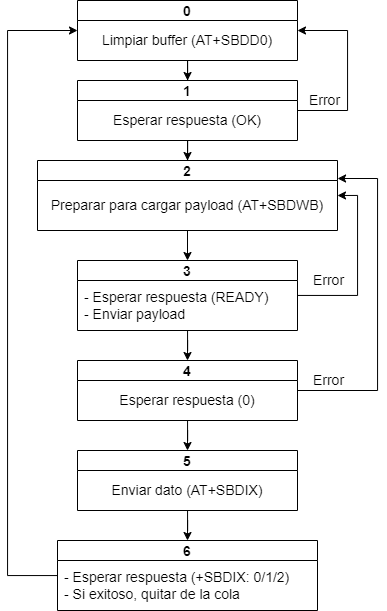
Before: docs/Diagramas/SendFSM.png, a diagram exported from draw.io (AgustinAllegui/Estacion-calidad-agua). Source tidied: cells renumbered, new cells last; positions are measured from the earlier drawing's top-left corner, leaving out a move shared by most shapes.
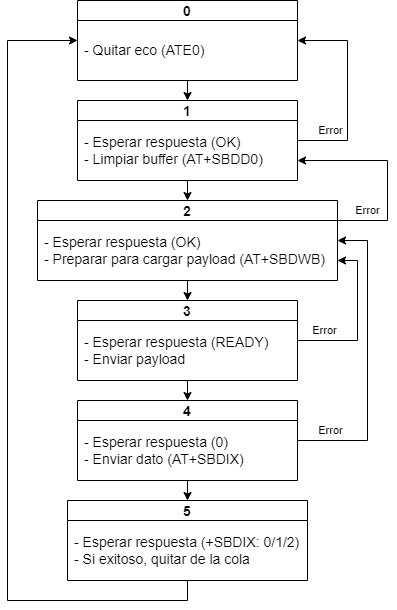
Above is the later version.

Diff of the diagram source:
```diff
@@ -2,98 +2,97 @@
   <root>
     <mxCell id="0" />
     <mxCell id="1" parent="0" />
+    <mxCell id="26" style="edgeStyle=orthogonalEdgeStyle;rounded=0;jettySize=auto;html=1;exitX=0.5;exitY=1;exitDx=0;exitDy=0;entryX=0.5;entryY=0;entryDx=0;entryDy=0;" parent="1" edge="1" source="2" target="6">
+      <mxGeometry relative="1" as="geometry" />
+    </mxCell>
     <mxCell id="2" value="0" style="swimlane;labelBackgroundColor=none;labelBorderColor=none;fontFamily=Helvetica;fontSize=14;fontColor=#000000;fillColor=default;startSize=20;" parent="1" vertex="1">
-      <mxGeometry x="70" width="220" height="60" as="geometry" />
+      <mxGeometry x="70" y="-80" width="220" height="80" as="geometry" />
     </mxCell>
+    <mxCell id="27" value="- Quitar eco (ATE0)" style="text;html=1;align=left;verticalAlign=middle;whiteSpace=wrap;rounded=0;labelBackgroundColor=none;labelBorderColor=none;fontFamily=Helvetica;fontSize=14;fontColor=default;spacingLeft=5;" parent="2" vertex="1">
+      <mxGeometry y="20" width="220" height="60" as="geometry" />
+    </mxCell>
+    <mxCell id="5" style="edgeStyle=orthogonalEdgeStyle;rounded=0;jettySize=auto;html=1;exitX=0.5;exitY=1;exitDx=0;exitDy=0;entryX=0.5;entryY=0;entryDx=0;entryDy=0;" parent="1" edge="1" source="6" target="9">
+      <mxGeometry relative="1" as="geometry" />
+    </mxCell>
+    <mxCell id="28" value="Error" style="edgeStyle=orthogonalEdgeStyle;rounded=0;jettySize=auto;html=1;entryX=1;entryY=0.5;entryDx=0;entryDy=0;exitX=1;exitY=0.5;exitDx=0;exitDy=0;" parent="1" edge="1" source="6" target="2">
+      <mxGeometry x="-0.67" y="10" relative="1" as="geometry">
+        <Array as="points">
+          <mxPoint x="340" y="60" />
+          <mxPoint x="340" y="-40" />
+        </Array>
+      </mxGeometry>
+    </mxCell>
+    <mxCell id="6" value="1" style="swimlane;labelBackgroundColor=none;labelBorderColor=none;fontFamily=Helvetica;fontSize=14;fontColor=#000000;fillColor=default;startSize=20;" parent="1" vertex="1">
+      <mxGeometry x="70" y="20" width="220" height="80" as="geometry" />
+    </mxCell>
-    <mxCell id="3" value="Limpiar buffer (&lt;span&gt;AT+SBDD0)&lt;/span&gt;" style="text;html=1;align=center;verticalAlign=middle;whiteSpace=wrap;rounded=0;labelBackgroundColor=none;labelBorderColor=none;fontFamily=Helvetica;fontSize=14;fontColor=default;" parent="2" vertex="1">
-      <mxGeometry y="20" width="220" height="40" as="geometry" />
+    <mxCell id="3" value="&lt;span style=&quot;&quot;&gt;- Esperar respuesta (OK)&lt;br&gt;&lt;/span&gt;- Limpiar buffer (&lt;span&gt;AT+SBDD0)&lt;/span&gt;" style="text;html=1;align=left;verticalAlign=middle;whiteSpace=wrap;rounded=0;labelBackgroundColor=none;labelBorderColor=none;fontFamily=Helvetica;fontSize=14;fontColor=default;spacingLeft=5;" parent="6" vertex="1">
+      <mxGeometry y="20" width="220" height="60" as="geometry" />
     </mxCell>
-    <mxCell id="4" value="Error" style="edgeStyle=orthogonalEdgeStyle;rounded=0;jettySize=auto;html=1;entryX=1;entryY=0.25;entryDx=0;entryDy=0;fontFamily=Helvetica;fontSize=14;fontColor=default;" parent="1" edge="1" source="6" target="3">
-      <mxGeometry x="-0.7" y="10" relative="1" as="geometry">
-        <Array as="points">
-          <mxPoint x="340" y="110" />
-          <mxPoint x="340" y="30" />
-        </Array>
-      </mxGeometry>
-    </mxCell>
-    <mxCell id="5" style="edgeStyle=orthogonalEdgeStyle;rounded=0;jettySize=auto;html=1;entryX=0.5;entryY=0;entryDx=0;entryDy=0;fontFamily=Helvetica;fontSize=14;fontColor=default;" parent="1" edge="1" source="6" target="9">
-      <mxGeometry relative="1" as="geometry" />
-    </mxCell>
-    <mxCell id="6" value="1" style="swimlane;labelBackgroundColor=none;labelBorderColor=none;fontFamily=Helvetica;fontSize=14;fontColor=#000000;fillColor=default;startSize=20;" parent="1" vertex="1">
-      <mxGeometry x="70" y="80" width="220" height="60" as="geometry" />
-    </mxCell>
-    <mxCell id="7" value="Esperar respuesta (OK)" style="text;html=1;align=center;verticalAlign=middle;whiteSpace=wrap;rounded=0;labelBackgroundColor=none;labelBorderColor=none;fontFamily=Helvetica;fontSize=14;fontColor=default;" parent="6" vertex="1">
-      <mxGeometry y="20" width="220" height="40" as="geometry" />
-    </mxCell>
-    <mxCell id="8" style="edgeStyle=orthogonalEdgeStyle;rounded=0;jettySize=auto;html=1;exitX=0.5;exitY=1;exitDx=0;exitDy=0;fontFamily=Helvetica;fontSize=14;fontColor=default;" parent="1" edge="1" source="3" target="6">
-      <mxGeometry relative="1" as="geometry" />
-    </mxCell>
+    <mxCell id="29" style="edgeStyle=orthogonalEdgeStyle;rounded=0;jettySize=auto;html=1;exitX=0.5;exitY=1;exitDx=0;exitDy=0;entryX=0.5;entryY=0;entryDx=0;entryDy=0;" parent="1" edge="1" source="9" target="13">
+      <mxGeometry relative="1" as="geometry" />
+    </mxCell>
+    <mxCell id="30" value="Error" style="edgeStyle=orthogonalEdgeStyle;rounded=0;jettySize=auto;html=1;exitX=1;exitY=0.25;exitDx=0;exitDy=0;entryX=1;entryY=0.75;entryDx=0;entryDy=0;" parent="1" edge="1" source="9" target="6">
+      <mxGeometry x="-0.7" y="10" relative="1" as="geometry">
+        <Array as="points">
+          <mxPoint x="380" y="140" />
+          <mxPoint x="380" y="80" />
+        </Array>
+      </mxGeometry>
+    </mxCell>
     <mxCell id="9" value="2" style="swimlane;labelBackgroundColor=none;labelBorderColor=none;fontFamily=Helvetica;fontSize=14;fontColor=#000000;fillColor=default;startSize=20;" parent="1" vertex="1">
-      <mxGeometry x="30" y="160" width="300" height="70" as="geometry" />
+      <mxGeometry x="30" y="120" width="300" height="80" as="geometry" />
     </mxCell>
-    <mxCell id="10" value="Preparar para cargar payload (AT+SBDWB)" style="text;html=1;align=center;verticalAlign=middle;whiteSpace=wrap;rounded=0;labelBackgroundColor=none;labelBorderColor=none;fontFamily=Helvetica;fontSize=14;fontColor=default;" parent="9" vertex="1">
-      <mxGeometry y="20" width="300" height="50" as="geometry" />
-    </mxCell>
+    <mxCell id="31" value="- Esperar respuesta (OK)&lt;br&gt;- Preparar para cargar payload (AT+SBDWB)" style="text;html=1;align=left;verticalAlign=middle;whiteSpace=wrap;rounded=0;labelBackgroundColor=none;labelBorderColor=none;fontFamily=Helvetica;fontSize=14;fontColor=default;spacingLeft=5;" parent="9" vertex="1">
+      <mxGeometry y="20" width="300" height="60" as="geometry" />
+    </mxCell>
-    <mxCell id="11" style="edgeStyle=orthogonalEdgeStyle;rounded=0;jettySize=auto;html=1;entryX=0.5;entryY=0;entryDx=0;entryDy=0;fontFamily=Helvetica;fontSize=14;fontColor=default;" parent="1" edge="1" source="13" target="17">
+    <mxCell id="11" style="edgeStyle=orthogonalEdgeStyle;rounded=0;jettySize=auto;html=1;exitX=0.5;exitY=1;exitDx=0;exitDy=0;entryX=0.5;entryY=0;entryDx=0;entryDy=0;" parent="1" edge="1" source="13" target="17">
       <mxGeometry relative="1" as="geometry" />
     </mxCell>
-    <mxCell id="12" value="Error" style="edgeStyle=orthogonalEdgeStyle;rounded=0;jettySize=auto;html=1;entryX=1;entryY=0.5;entryDx=0;entryDy=0;fontFamily=Helvetica;fontSize=14;fontColor=default;" parent="1" edge="1" source="13" target="9">
-      <mxGeometry x="-0.67" y="15" relative="1" as="geometry">
+    <mxCell id="12" value="Error" style="edgeStyle=orthogonalEdgeStyle;rounded=0;jettySize=auto;html=1;exitX=1;exitY=0.5;exitDx=0;exitDy=0;entryX=1;entryY=0.75;entryDx=0;entryDy=0;" parent="1" edge="1" source="13" target="9">
+      <mxGeometry x="-0.65" y="10" relative="1" as="geometry">
         <Array as="points">
-          <mxPoint x="350" y="295" />
-          <mxPoint x="350" y="195" />
+          <mxPoint x="350" y="260" />
+          <mxPoint x="350" y="180" />
         </Array>
       </mxGeometry>
     </mxCell>
     <mxCell id="13" value="3" style="swimlane;labelBackgroundColor=none;labelBorderColor=none;fontFamily=Helvetica;fontSize=14;fontColor=#000000;fillColor=default;startSize=20;" parent="1" vertex="1">
-      <mxGeometry x="70" y="260" width="220" height="70" as="geometry" />
+      <mxGeometry x="70" y="220" width="220" height="80" as="geometry" />
     </mxCell>
     <mxCell id="14" value="- Esperar respuesta (READY)&lt;br&gt;- Enviar payload" style="text;html=1;align=left;verticalAlign=middle;whiteSpace=wrap;rounded=0;labelBackgroundColor=none;labelBorderColor=none;fontFamily=Helvetica;fontSize=14;fontColor=default;spacingLeft=5;" parent="13" vertex="1">
-      <mxGeometry y="20" width="220" height="50" as="geometry" />
+      <mxGeometry y="20" width="220" height="60" as="geometry" />
     </mxCell>
+    <mxCell id="16" style="edgeStyle=orthogonalEdgeStyle;rounded=0;jettySize=auto;html=1;exitX=0.5;exitY=1;exitDx=0;exitDy=0;entryX=0.5;entryY=0;entryDx=0;entryDy=0;" parent="1" edge="1" source="17" target="19">
+      <mxGeometry relative="1" as="geometry" />
+    </mxCell>
-    <mxCell id="15" value="Error" style="edgeStyle=orthogonalEdgeStyle;rounded=0;jettySize=auto;html=1;entryX=1;entryY=0.25;entryDx=0;entryDy=0;fontFamily=Helvetica;fontSize=14;fontColor=default;" parent="1" edge="1" source="17" target="9">
-      <mxGeometry x="-0.82" y="10" relative="1" as="geometry">
+    <mxCell id="15" value="Error" style="edgeStyle=orthogonalEdgeStyle;rounded=0;jettySize=auto;html=1;exitX=1;exitY=0.5;exitDx=0;exitDy=0;entryX=1;entryY=0.5;entryDx=0;entryDy=0;" parent="1" edge="1" source="17" target="9">
+      <mxGeometry x="-0.79" y="10" relative="1" as="geometry">
         <Array as="points">
-          <mxPoint x="370" y="390" />
-          <mxPoint x="370" y="178" />
-          <mxPoint x="330" y="178" />
+          <mxPoint x="360" y="360" />
+          <mxPoint x="360" y="160" />
         </Array>
       </mxGeometry>
     </mxCell>
-    <mxCell id="16" style="edgeStyle=orthogonalEdgeStyle;rounded=0;jettySize=auto;html=1;entryX=0.5;entryY=0;entryDx=0;entryDy=0;fontFamily=Helvetica;fontSize=14;fontColor=default;" parent="1" edge="1" source="17" target="19">
-      <mxGeometry relative="1" as="geometry" />
-    </mxCell>
     <mxCell id="17" value="4" style="swimlane;labelBackgroundColor=none;labelBorderColor=none;fontFamily=Helvetica;fontSize=14;fontColor=#000000;fillColor=default;startSize=20;" parent="1" vertex="1">
-      <mxGeometry x="70" y="360" width="220" height="60" as="geometry" />
+      <mxGeometry x="70" y="320" width="220" height="80" as="geometry" />
     </mxCell>
-    <mxCell id="18" value="Esperar respuesta (0)" style="text;html=1;align=center;verticalAlign=middle;whiteSpace=wrap;rounded=0;labelBackgroundColor=none;labelBorderColor=none;fontFamily=Helvetica;fontSize=14;fontColor=default;" parent="17" vertex="1">
-      <mxGeometry y="20" width="220" height="40" as="geometry" />
+    <mxCell id="18" value="- Esperar respuesta (0)&lt;br&gt;- Enviar dato (AT+SBDIX)" style="text;html=1;align=left;verticalAlign=middle;whiteSpace=wrap;rounded=0;labelBackgroundColor=none;labelBorderColor=none;fontFamily=Helvetica;fontSize=14;fontColor=default;spacingLeft=5;" parent="17" vertex="1">
+      <mxGeometry y="20" width="220" height="60" as="geometry" />
     </mxCell>
+    <mxCell id="32" style="edgeStyle=orthogonalEdgeStyle;rounded=0;jettySize=auto;html=1;exitX=0.5;exitY=1;exitDx=0;exitDy=0;entryX=0;entryY=0.5;entryDx=0;entryDy=0;" parent="1" edge="1" source="19" target="2">
+      <mxGeometry relative="1" as="geometry">
+        <Array as="points">
+          <mxPoint x="180" y="520" />
+          <mxPoint y="520" />
+          <mxPoint y="-40" />
+        </Array>
+      </mxGeometry>
+    </mxCell>
     <mxCell id="19" value="5" style="swimlane;labelBackgroundColor=none;labelBorderColor=none;fontFamily=Helvetica;fontSize=14;fontColor=#000000;fillColor=default;startSize=20;" parent="1" vertex="1">
-      <mxGeometry x="70" y="450" width="220" height="60" as="geometry" />
+      <mxGeometry x="60" y="420" width="240" height="80" as="geometry" />
     </mxCell>
-    <mxCell id="20" value="Enviar dato (AT+SBDIX)" style="text;html=1;align=center;verticalAlign=middle;whiteSpace=wrap;rounded=0;labelBackgroundColor=none;labelBorderColor=none;fontFamily=Helvetica;fontSize=14;fontColor=default;" parent="19" vertex="1">
-      <mxGeometry y="20" width="220" height="40" as="geometry" />
-    </mxCell>
-    <mxCell id="21" style="edgeStyle=orthogonalEdgeStyle;rounded=0;jettySize=auto;html=1;entryX=0;entryY=0.5;entryDx=0;entryDy=0;fontFamily=Helvetica;fontSize=14;fontColor=default;" parent="1" edge="1" source="22" target="2">
-      <mxGeometry relative="1" as="geometry">
-        <Array as="points">
-          <mxPoint y="575" />
-          <mxPoint y="30" />
-        </Array>
-      </mxGeometry>
-    </mxCell>
-    <mxCell id="22" value="6" style="swimlane;labelBackgroundColor=none;labelBorderColor=none;fontFamily=Helvetica;fontSize=14;fontColor=#000000;fillColor=default;startSize=20;" parent="1" vertex="1">
-      <mxGeometry x="50" y="540" width="260" height="70" as="geometry" />
-    </mxCell>
-    <mxCell id="23" value="- Esperar respuesta (+SBDIX: 0/1/2)&lt;br&gt;- Si exitoso, quitar de la cola" style="text;html=1;align=left;verticalAlign=middle;whiteSpace=wrap;rounded=0;labelBackgroundColor=none;labelBorderColor=none;fontFamily=Helvetica;fontSize=14;fontColor=default;spacingLeft=5;" parent="22" vertex="1">
-      <mxGeometry y="20" width="260" height="50" as="geometry" />
+    <mxCell id="23" value="- Esperar respuesta (+SBDIX: 0/1/2)&lt;br&gt;- Si exitoso, quitar de la cola" style="text;html=1;align=left;verticalAlign=middle;whiteSpace=wrap;rounded=0;labelBackgroundColor=none;labelBorderColor=none;fontFamily=Helvetica;fontSize=14;fontColor=default;spacingLeft=5;" parent="19" vertex="1">
+      <mxGeometry y="20" width="240" height="60" as="geometry" />
     </mxCell>
-    <mxCell id="24" style="edgeStyle=orthogonalEdgeStyle;rounded=0;jettySize=auto;html=1;exitX=0.5;exitY=1;exitDx=0;exitDy=0;entryX=0.5;entryY=0;entryDx=0;entryDy=0;fontFamily=Helvetica;fontSize=14;fontColor=default;" parent="1" edge="1" source="10" target="13">
-      <mxGeometry relative="1" as="geometry" />
-    </mxCell>
-    <mxCell id="25" style="edgeStyle=orthogonalEdgeStyle;rounded=0;jettySize=auto;html=1;fontFamily=Helvetica;fontSize=14;fontColor=default;entryX=0.5;entryY=0;entryDx=0;entryDy=0;" parent="1" edge="1" source="20" target="22">
-      <mxGeometry relative="1" as="geometry" />
-    </mxCell>
   </root>
 </mxGraphModel>
```
